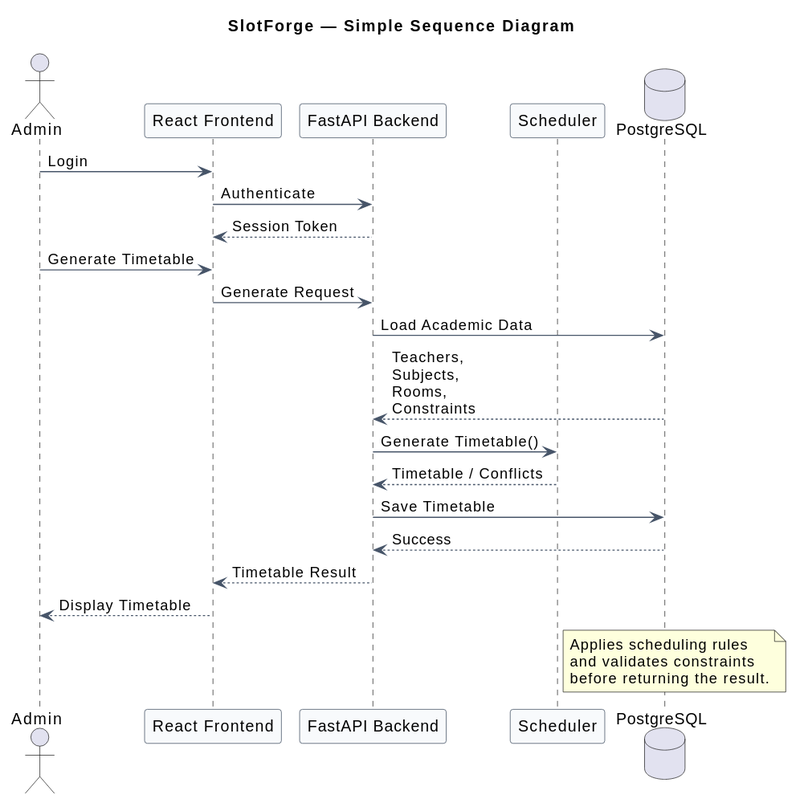
This is docs/uml/v2/sequence-diagram.svg from revanthlol/SlotForge, a PlantUML export, as it was before one commit.
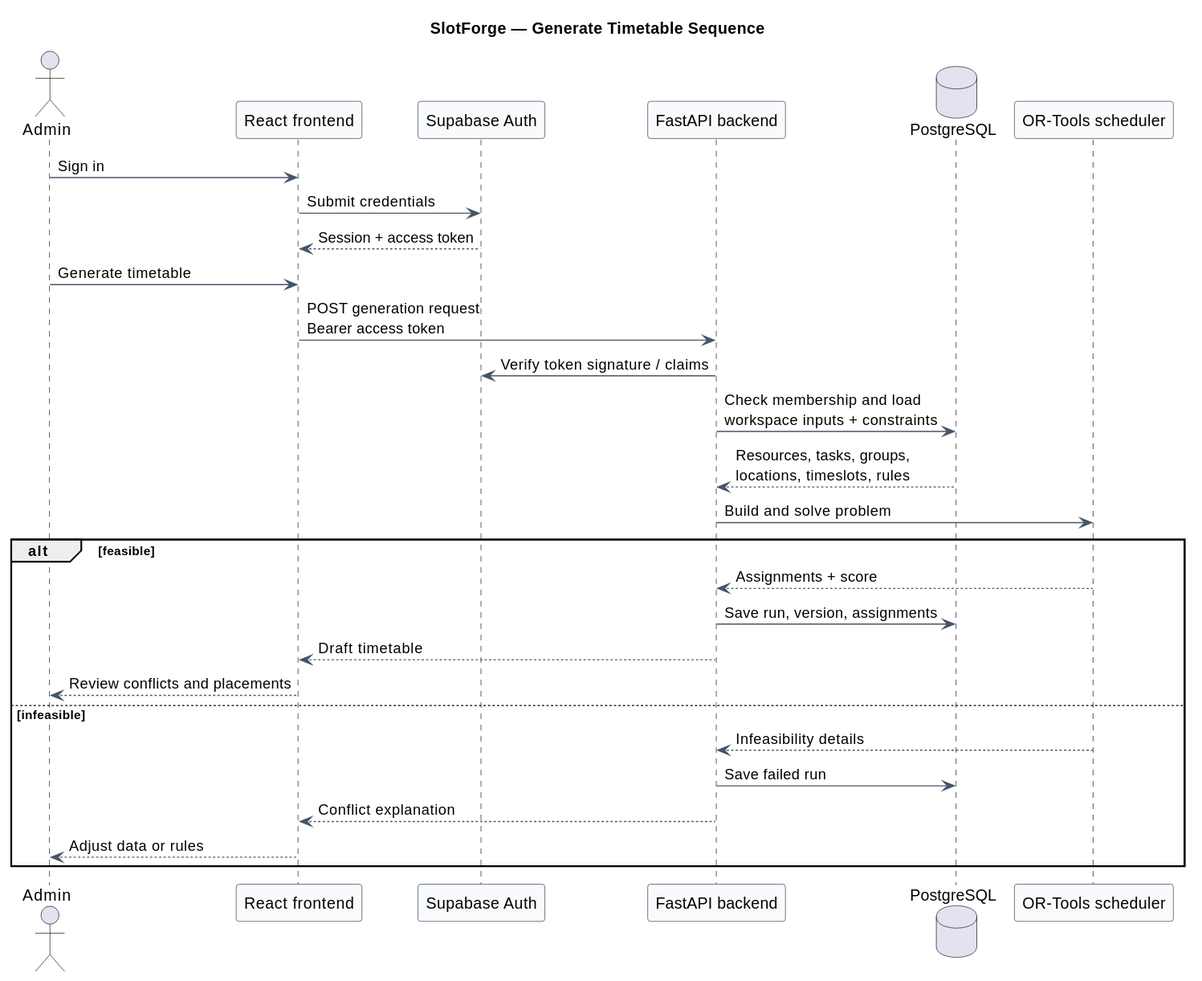
After the commit.

What changed in the source:
```diff
@@ -1,6 +1,5 @@
 @startuml
-title SlotForge — Simple Sequence Diagram
-
+title SlotForge — Generate Timetable Sequence
 skinparam shadowing false
 skinparam linetype ortho
 skinparam ArrowColor #475569
@@ -8,41 +7,30 @@
 skinparam ParticipantBackgroundColor #F8FAFC
 
 actor Admin
+participant "React frontend" as Frontend
+participant "Supabase Auth" as Auth
+participant "FastAPI backend" as Backend
+database "PostgreSQL" as Database
+participant "OR-Tools scheduler" as Scheduler
 
-participant "React Frontend" as Frontend
-participant "FastAPI Backend" as Backend
-participant "Scheduler" as Scheduler
-database PostgreSQL as Database
-
-Admin -> Frontend : Login
-
-Frontend -> Backend : Authenticate
-
-Backend --> Frontend : Session Token
-
-Admin -> Frontend : Generate Timetable
-
-Frontend -> Backend : Generate Request
-
-Backend -> Database : Load Academic Data
-
-Database --> Backend : Teachers,\nSubjects,\nRooms,\nConstraints
-
-Backend -> Scheduler : Generate Timetable()
-
-Scheduler --> Backend : Timetable / Conflicts
-
-Backend -> Database : Save Timetable
-
-Database --> Backend : Success
-
-Backend --> Frontend : Timetable Result
-
-Frontend --> Admin : Display Timetable
-
-note right of Scheduler
-  Applies scheduling rules
-  and validates constraints
-  before returning the result.
-end note
+Admin -> Frontend : Sign in
+Frontend -> Auth : Submit credentials
+Auth --> Frontend : Session + access token
+Admin -> Frontend : Generate timetable
+Frontend -> Backend : POST generation request\nBearer access token
+Backend -> Auth : Verify token signature / claims
+Backend -> Database : Check membership and load\nworkspace inputs + constraints
+Database --> Backend : Resources, tasks, groups,\nlocations, timeslots, rules
+Backend -> Scheduler : Build and solve problem
+alt feasible
+  Scheduler --> Backend : Assignments + score
+  Backend -> Database : Save run, version, assignments
+  Backend --> Frontend : Draft timetable
+  Frontend --> Admin : Review conflicts and placements
+else infeasible
+  Scheduler --> Backend : Infeasibility details
+  Backend -> Database : Save failed run
+  Backend --> Frontend : Conflict explanation
+  Frontend --> Admin : Adjust data or rules
+end
 @enduml
```
